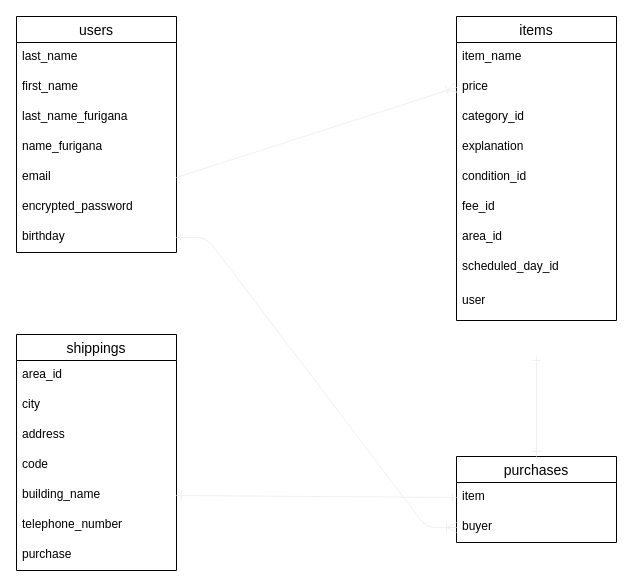
halty0330/furima-35914 keeps this draw.io diagram as config/furima.dio. Above is the earlier version. Source tidied: cells renumbered, new cells numbered last; positions are measured from the earlier drawing's top-left corner, leaving out a move shared by most shapes. Both pictures are drawn from the tidied source at 100%, with x=0, y=0 at pixel (16, 16).
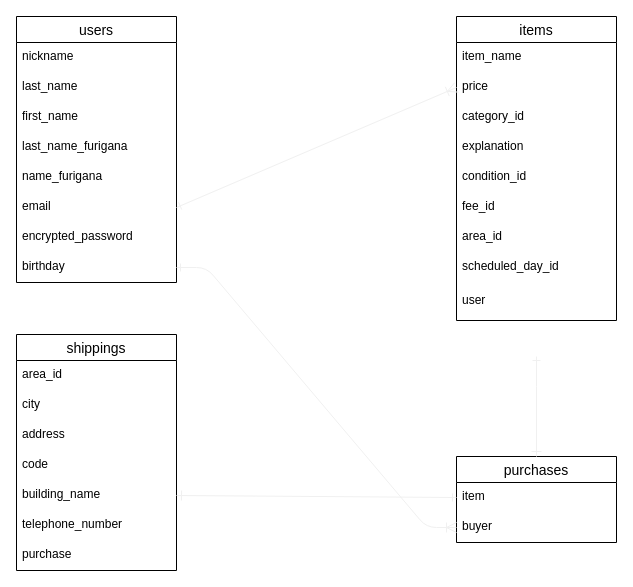
The same page after the edit.

What changed in the source:
```diff
@@
     <mxCell id="2" value="users" style="swimlane;fontStyle=0;horizontal=1;startSize=26;align=center;fontSize=14;" parent="1" vertex="1">
-      <mxGeometry width="160" height="236" as="geometry" />
+      <mxGeometry width="160" height="266" as="geometry" />
     </mxCell>
+    <mxCell id="35" value="nickname" style="text;strokeColor=none;fillColor=none;spacingLeft=4;spacingRight=4;overflow=hidden;fontSize=12;" parent="2" vertex="1">
+      <mxGeometry y="26" width="160" height="30" as="geometry" />
+    </mxCell>
     <mxCell id="3" value="last_name" style="text;strokeColor=none;fillColor=none;spacingLeft=4;spacingRight=4;overflow=hidden;fontSize=12;" parent="2" vertex="1">
-      <mxGeometry y="26" width="160" height="30" as="geometry" />
+      <mxGeometry y="56" width="160" height="30" as="geometry" />
     </mxCell>
     <mxCell id="4" value="first_name" style="text;strokeColor=none;fillColor=none;spacingLeft=4;spacingRight=4;overflow=hidden;fontSize=12;" parent="2" vertex="1">
-      <mxGeometry y="56" width="160" height="30" as="geometry" />
+      <mxGeometry y="86" width="160" height="30" as="geometry" />
     </mxCell>
     <mxCell id="5" value="last_name_furigana" style="text;strokeColor=none;fillColor=none;spacingLeft=4;spacingRight=4;overflow=hidden;fontSize=12;" parent="2" vertex="1">
-      <mxGeometry y="86" width="160" height="30" as="geometry" />
+      <mxGeometry y="116" width="160" height="30" as="geometry" />
     </mxCell>
     <mxCell id="6" value="name_furigana" style="text;strokeColor=none;fillColor=none;spacingLeft=4;spacingRight=4;overflow=hidden;fontSize=12;" parent="2" vertex="1">
-      <mxGeometry y="116" width="160" height="30" as="geometry" />
+      <mxGeometry y="146" width="160" height="30" as="geometry" />
     </mxCell>
     <mxCell id="7" value="email" style="text;strokeColor=none;fillColor=none;spacingLeft=4;spacingRight=4;overflow=hidden;points=[[0,0.5],[1,0.5]];portConstraint=eastwest;fontSize=12;" parent="2" vertex="1">
-      <mxGeometry y="146" width="160" height="30" as="geometry" />
+      <mxGeometry y="176" width="160" height="30" as="geometry" />
     </mxCell>
     <mxCell id="8" value="encrypted_password" style="text;strokeColor=none;fillColor=none;spacingLeft=4;spacingRight=4;overflow=hidden;fontSize=12;" parent="2" vertex="1">
-      <mxGeometry y="176" width="160" height="30" as="geometry" />
+      <mxGeometry y="206" width="160" height="30" as="geometry" />
     </mxCell>
     <mxCell id="9" value="birthday" style="text;strokeColor=none;fillColor=none;spacingLeft=4;spacingRight=4;overflow=hidden;points=[[0,0.5],[1,0.5]];portConstraint=eastwest;fontSize=12;" parent="2" vertex="1">
-      <mxGeometry y="206" width="160" height="30" as="geometry" />
+      <mxGeometry y="236" width="160" height="30" as="geometry" />
     </mxCell>
```
